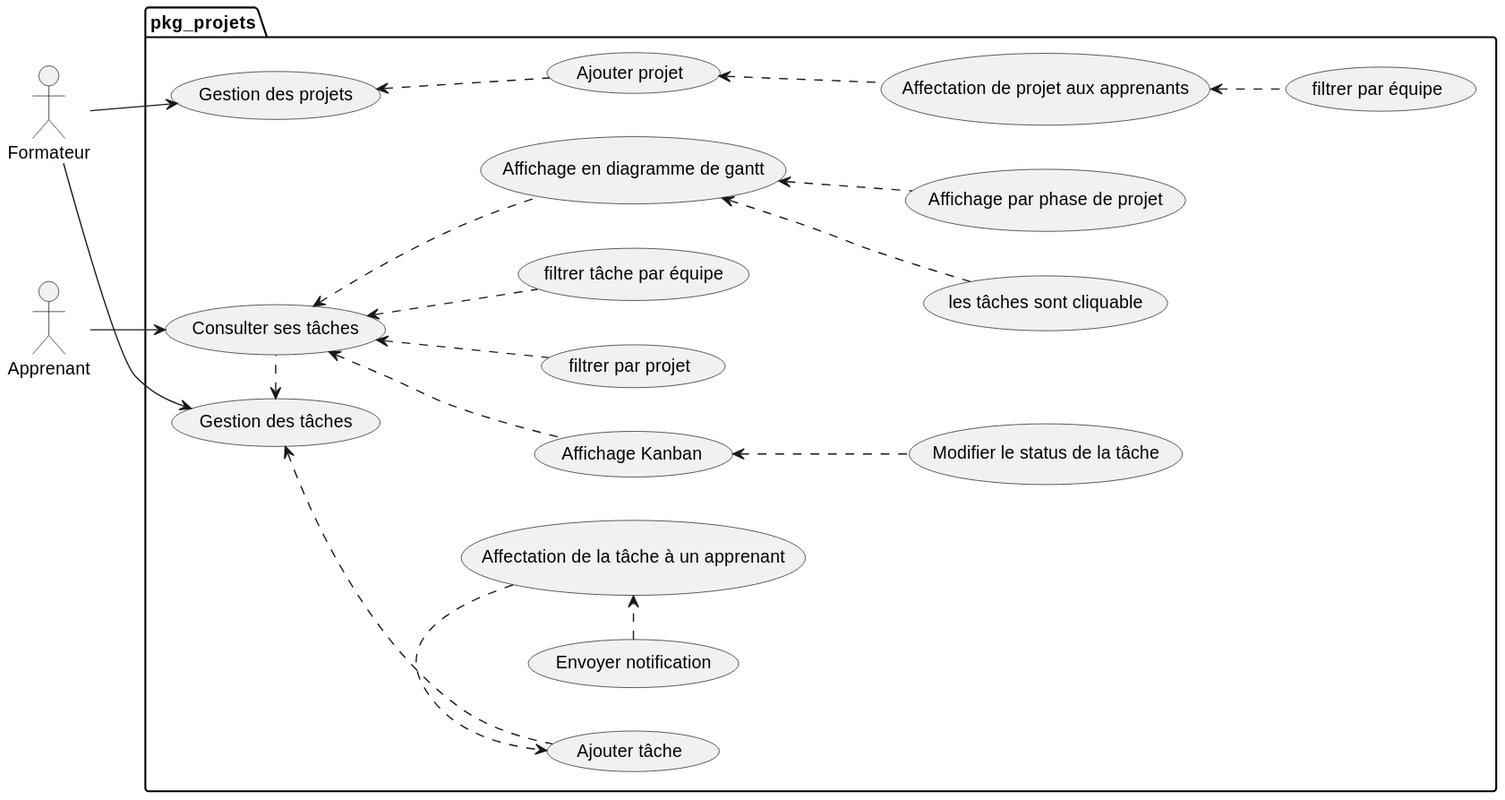
Above: docs/diagrammes/pkg_projets/uses_cases_pkg_projets.svg in zaani12/prototype (PlantUML), before the change.
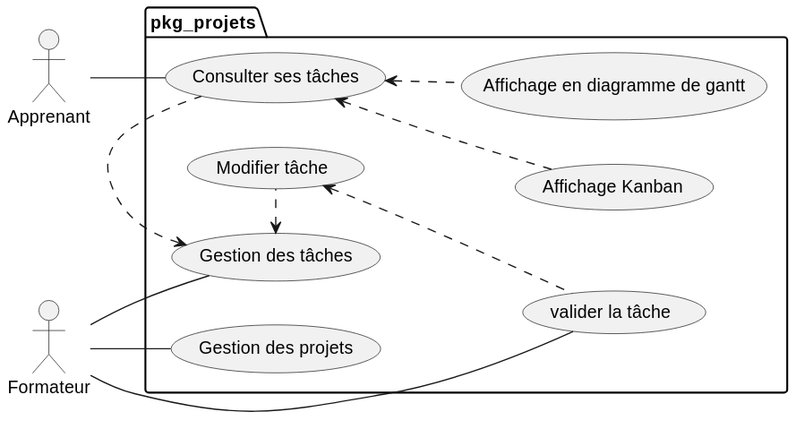
The same diagram one commit later.

What changed in the source:
```diff
@@ -8,27 +8,18 @@
 
 package pkg_projets {
 
-  (Gestion des projets) <.. (Ajouter projet)
-  (Ajouter projet) <.. (Affectation de projet aux apprenants)
-  (Affectation de projet aux apprenants) <.. (filtrer par équipe)
-  (Gestion des tâches) <.. (Ajouter tâche)
-  (Gestion des tâches)  <. (Consulter ses tâches)
-  (Consulter ses tâches) <.. (filtrer par projet)
-  (Consulter ses tâches) <.. (filtrer tâche par équipe)
-  (Consulter ses tâches) <.. (Affichage en diagramme de gantt)
-  (Affichage en diagramme de gantt) <.. (Affichage par phase de projet)
-  (Affichage en diagramme de gantt) <.. (les tâches sont cliquable)
-  (Consulter ses tâches) <.. (Affichage Kanban)
-  (Affichage Kanban) <.. (Modifier le status de la tâche)
+  formateur --  (Gestion des projets)
+  formateur --  (Gestion des tâches)
+  (Gestion des tâches)  <. (Modifier tâche)
+  (Modifier tâche)  <.. (valider la tâche)
 
-  (Affectation de la tâche à un apprenant) .> (Ajouter tâche)
-  (Envoyer notification)  .> (Affectation de la tâche à un apprenant)
-  formateur -->  (Gestion des projets)
-  formateur -->  (Gestion des tâches)
-  apprenant --> (Consulter ses tâches)
+  apprenant -- (Consulter ses tâches)
+  formateur -- (valider la tâche)
 
 
-
+  (Gestion des tâches) <. (Consulter ses tâches)
+  (Consulter ses tâches) <.. (Affichage en diagramme de gantt)
+  (Consulter ses tâches) <.. (Affichage Kanban)
 }
 
 @enduml
```
